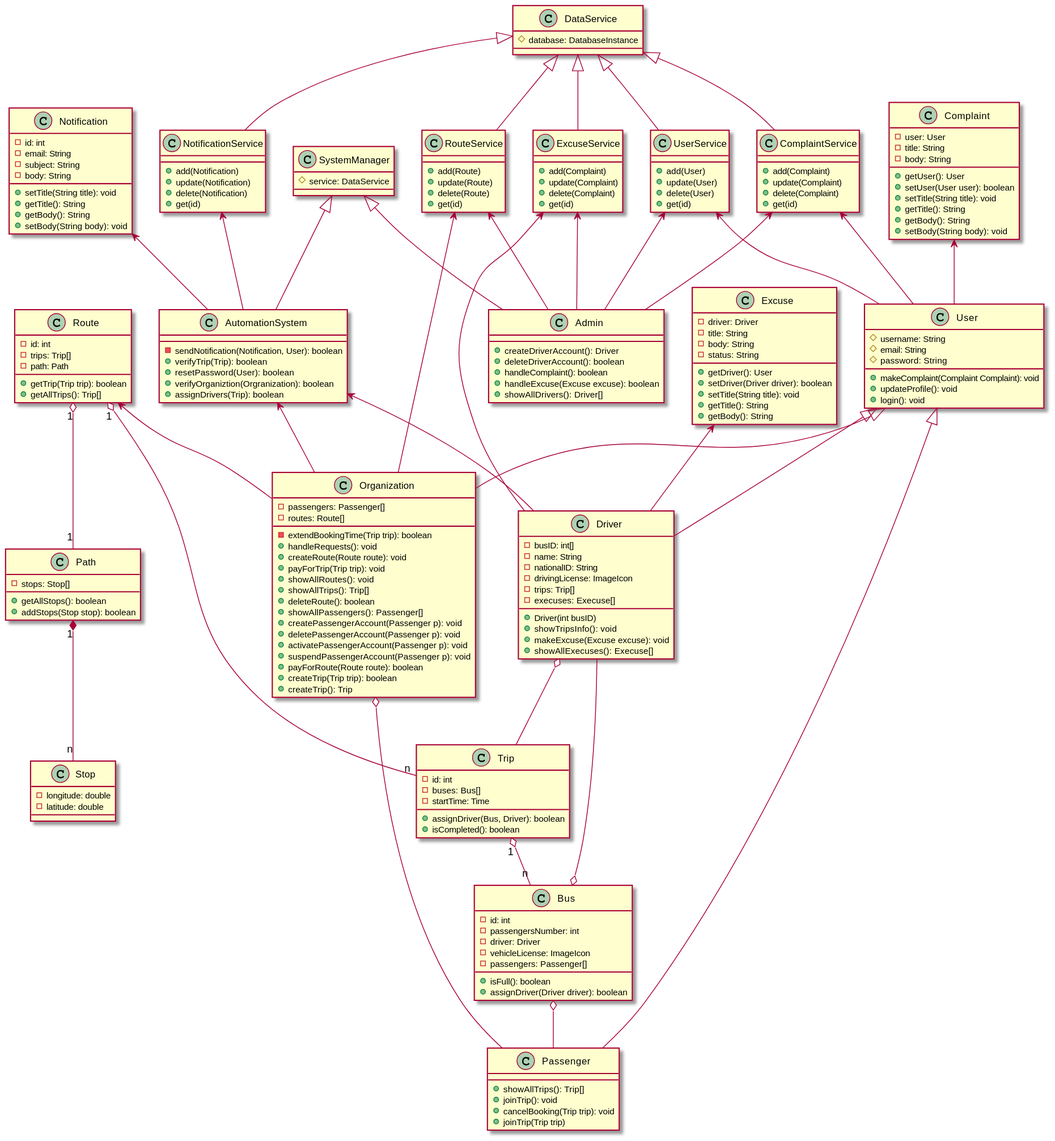
Before: class-diagram.svg, a diagram exported from PlantUML (moazbasheer/BaaS_GP).
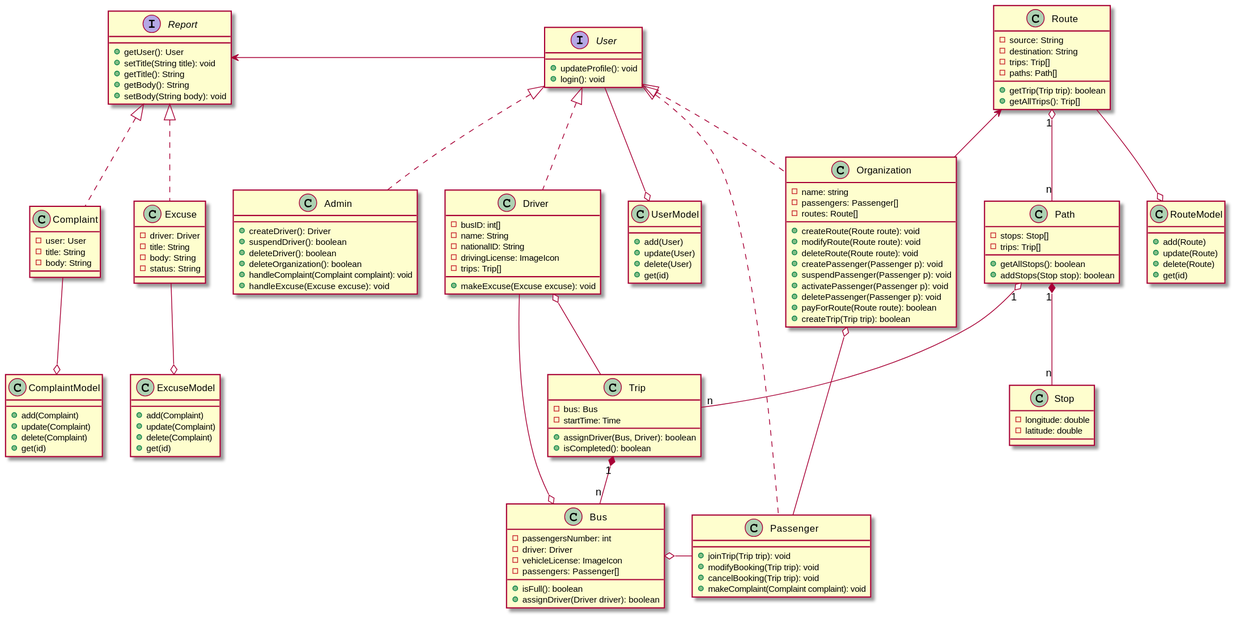
Later version of the same file.

What changed in the source:
```diff
@@ -1,27 +1,19 @@
 @startuml class-diagram
 
-class Notification {
-    -id: int
-    -email: String
-    -subject: String
-    -body: String
+
+interface User {
+    +updateProfile(): void
+    +login(): void
+}
+
+interface Report {
+    +getUser(): User
     +setTitle(String title): void
     +getTitle(): String
     +getBody(): String
     +setBody(String body): void
 }
 
-class AutomationSystem {
-    -sendNotification(Notification, User): boolean
-    +verifyTrip(Trip): boolean
-    +resetPassword(User): boolean
-    +verifyOrganiztion(Orgranization): boolean
-    +assignDrivers(Trip): boolean
-}
-
-class SystemManager {
-    #service: DataService
-}
 
 class Driver {
     -busID: int[]
@@ -29,11 +21,7 @@
     -nationalID: String
     -drivingLicense: ImageIcon
     -trips: Trip[]
-    -execuses: Execuse[]
-    +Driver(int busID)
-    +showTripsInfo(): void
     +makeExcuse(Excuse excuse): void
-    +showAllExecuses(): Execuse[]
 }
 
 class Excuse {
@@ -41,24 +29,9 @@
     -title: String
     -body: String
     -status: String
-    +getDriver(): User
-    +setDriver(Driver driver): boolean
-    +setTitle(String title): void
-    +getTitle(): String
-    +getBody(): String
-}
-
-class User {
-    #username: String
-    #email: String
-    #password: String
-    +makeComplaint(Complaint Complaint): void
-    +updateProfile(): void
-    +login(): void
 }
 
 class Bus {
-    -id: int
     -passengersNumber: int
     -driver: Driver
     -vehicleLicense: ImageIcon
@@ -67,39 +40,29 @@
     +assignDriver(Driver driver): boolean
 }
 
+
 class Organization {
+    -name: string
     -passengers: Passenger[]
     -routes: Route[]
-    -extendBookingTime(Trip trip): boolean
-    +handleRequests(): void
     +createRoute(Route route): void
-    +payForTrip(Trip trip): void
-    +showAllRoutes(): void
-    +showAllTrips(): Trip[]
-    +deleteRoute(): boolean
-    +showAllPassengers(): Passenger[]
-    +createPassengerAccount(Passenger p): void
-    +deletePassengerAccount(Passenger p): void
-    +activatePassengerAccount(Passenger p): void
-    +suspendPassengerAccount(Passenger p): void
+    +modifyRoute(Route route): void
+    +deleteRoute(Route route): void
+    +createPassenger(Passenger p): void
+    +suspendPassenger(Passenger p): void
+    +activatePassenger(Passenger p): void
+    +deletePassenger(Passenger p): void
     +payForRoute(Route route): boolean
     +createTrip(Trip trip): boolean
-    +createTrip(): Trip
 }
 
 class Complaint {
     -user: User
     -title: String
     -body: String
-    +getUser(): User
-    +setUser(User user): boolean
-    +setTitle(String title): void
-    +getTitle(): String
-    +getBody(): String
-    +setBody(String body): void
 }
 
-class UserService {
+class UserModel {
     +add(User)
     +update(User)
     +delete(User)
@@ -107,30 +70,30 @@
 }
 
 class Passenger {
-    +showAllTrips(): Trip[]
-    +joinTrip(): void
+    +joinTrip(Trip trip): void
+    +modifyBooking(Trip trip): void
     +cancelBooking(Trip trip): void
-    +joinTrip(Trip trip)
+    +makeComplaint(Complaint complaint): void
 }
 
 class Route {
-    -id: int
+    -source: String
+    -destination: String
     -trips: Trip[]
-    -path: Path
+    -paths: Path[]
     +getTrip(Trip trip): boolean
     +getAllTrips(): Trip[]
 }
 
 class Trip {
-    -id: int
-    -buses: Bus[]
+    -bus: Bus
     -startTime: Time
     +assignDriver(Bus, Driver): boolean
     +isCompleted(): boolean
 }
-
 class Path {
     -stops: Stop[]
+    -trips: Trip[]
     +getAllStops(): boolean
     +addStops(Stop stop): boolean
 }
@@ -140,32 +103,22 @@
     -latitude: double
 }
 
-class NotificationService {
-    +add(Notification)
-    +update(Notification)
-    +delete(Notification)
-    +get(id)
-}
 
-class ExcuseService {
+class ExcuseModel {
     +add(Complaint)
     +update(Complaint)
     +delete(Complaint)
     +get(id)
 }
 
-class DataService {
-    #database: DatabaseInstance
-}
-
-class RouteService {
+class RouteModel {
     +add(Route)
     +update(Route)
     +delete(Route)
     +get(id)
 }
 
-class ComplaintService {
+class ComplaintModel {
     +add(Complaint)
     +update(Complaint)
     +delete(Complaint)
@@ -173,62 +126,45 @@
 }
 
 class Admin {
-    +createDriverAccount(): Driver
-    +deleteDriverAccount(): boolean
-    +handleComplaint(): boolean
-    +handleExcuse(Excuse excuse): boolean
-    +showAllDrivers(): Driver[]
+    +createDriver(): Driver
+    +suspendDriver(): boolean
+    +deleteDriver(): boolean
+    +deleteOrganization(): boolean
+    +handleComplaint(Complaint complaint): void
+    +handleExcuse(Excuse excuse): void
 }
 
-Notification <-- AutomationSystem
+User <|.. Driver
+User <|.. Organization
+User <|.. Passenger
+User <|.. Admin
 
-AutomationSystem <-- Driver
-AutomationSystem <-- Organization
+Report <|.. Excuse
+Report <|.. Complaint
 
-SystemManager <|-- Admin
-SystemManager <|-- AutomationSystem
+Report <- User
 
 Driver o-- Trip
 
-Excuse <-- Driver
-
-User <|-- Driver
-User <|-- Organization
-User <|-- Passenger
-
-Bus o-- Passenger
+Bus o- Passenger
 Bus o-- Driver
 
 Organization o-- Passenger
 
-Complaint <-- User
+User --o UserModel
 
-UserService <-- Admin
-UserService <-- User
-
-Route "1" o-- "1" Path
-Route "1" o-- "n" Trip
+Route "1" o-- "n" Path
+Path "1" o-- "n" Trip
 Route <-- Organization
 
-Trip "1" o-- "n" Bus
+Trip "1" *-- "n" Bus
 
 Path "1" *-- "n" Stop
 
-NotificationService <-- AutomationSystem
+Route --o RouteModel
 
-ExcuseService <-- Admin
-ExcuseService <-- Driver
+Complaint --o ComplaintModel
 
-DataService <|-- NotificationService
-DataService <|-- RouteService
-DataService <|-- ExcuseService
-DataService <|-- UserService
-DataService <|-- ComplaintService
-
-RouteService <-- Admin
-RouteService <-- Organization
-
-ComplaintService <-- User
-ComplaintService <-- Admin
+Excuse --o ExcuseModel
 
 @enduml
```
